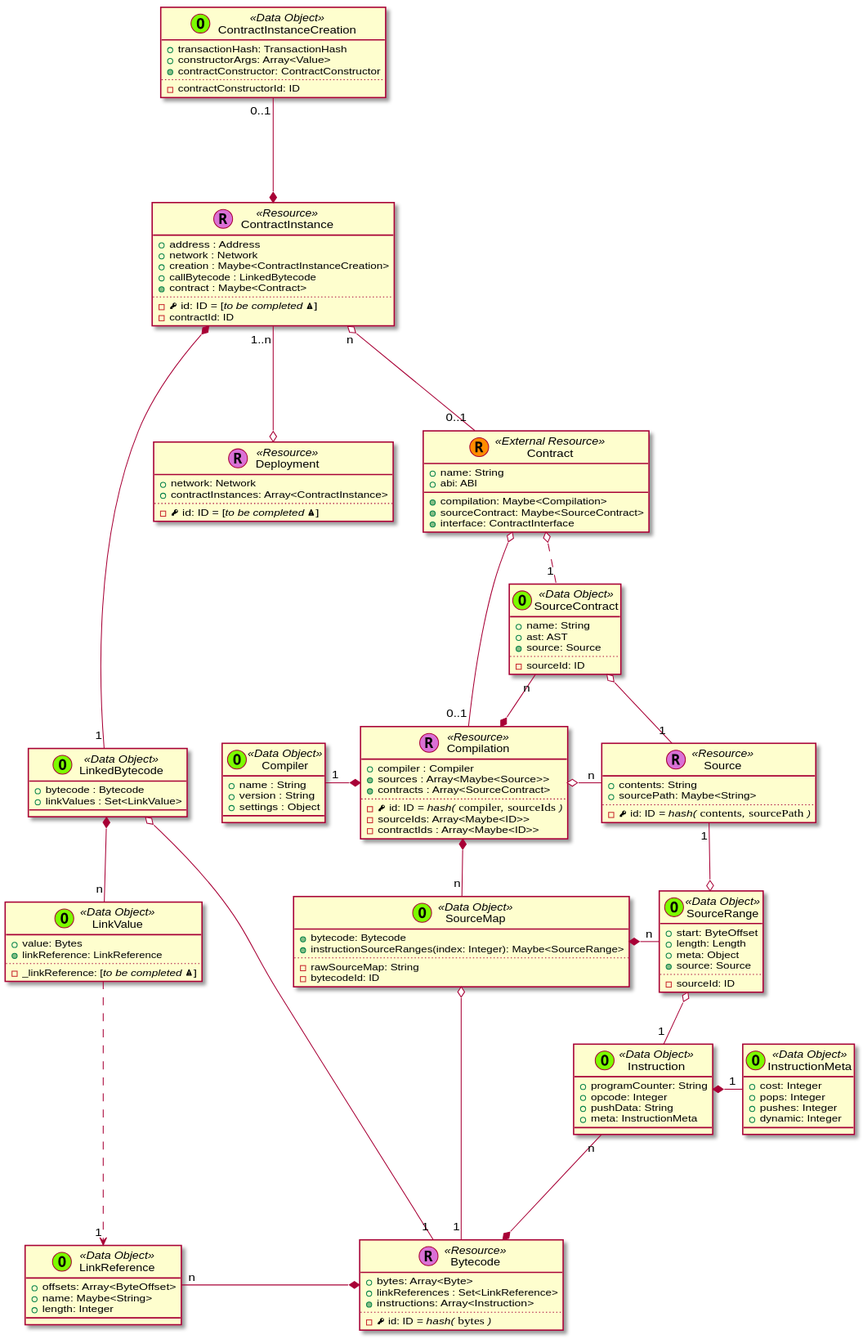
Above: contrib/trufflesuite/feat/data-model/deployment/_images/plantuml-e9147eb3f2fd48370e6ec239004ba66ea4d7f91a.svg in trufflesuite/artifact-updates (PlantUML), before the change. The source it was exported from:
```plantuml
@startuml
scale 0.75



skinparam defaultMonospacedFontName Andale Mono



    class Contract << (R,darkorange) External Resource >> {
      + name: String
      + abi: ABI
      + {method} compilation: Maybe<Compilation>
      + {method} sourceContract: Maybe<SourceContract>
      + {method} interface: ContractInterface
    }



  class Deployment << (R,orchid) Resource >> {
    + network: Network
    + contractInstances: Array<ContractInstance>
    ..
    - {field} <&key> id: ID = [//to be completed <&warning>//]
  }

  ContractInstance "1..n" ---o Deployment


  class ContractInstance << (R,orchid) Resource >> {
    + address : Address
    + network : Network
    + creation : Maybe<ContractInstanceCreation>
    + callBytecode : LinkedBytecode
    + {method} contract : Maybe<Contract>
    ..
    - {field} <&key> id: ID = [//to be completed <&warning>//]
    - contractId: ID
  }

  ContractInstanceCreation "0..1" ---* ContractInstance





    class Bytecode << (R,orchid) Resource >> {
      + bytes: Array<Byte>
      + linkReferences : Set<LinkReference>
      + {method} instructions: Array<Instruction>
      ..
      - {field} <&key> id: ID //= hash(// ""bytes"" //)//
    }

    class Instruction << (O,lawngreen) Data Object >> {
      + programCounter: String
      + opcode: Integer
      + pushData: String
      + meta: InstructionMeta
    }

    class InstructionMeta << (O,lawngreen) Data Object >> {
      + cost: Integer
      + pops: Integer
      + pushes: Integer
      + dynamic: Integer
    }

    Instruction *-right- "1" InstructionMeta
    Instruction "n" --* Bytecode

    class Source << (R,orchid) Resource >> {
      + contents: String
      + sourcePath: Maybe<String>
      ..
      - {field} <&key> id: ID //= hash(// ""contents""//,// ""sourcePath"" //)//
    }




    class Compilation << (R,orchid) Resource >> {
      + compiler : Compiler
      + {method} sources : Array<Maybe<Source>>
      + {method} contracts : Array<SourceContract>
      ..
      - {field} <&key> id: ID //= hash(// ""compiler""//,// ""sourceIds"" //)//
      - sourceIds: Array<Maybe<ID>>
      - contractIds : Array<Maybe<ID>>
    }

  SourceContract "n" --* Compilation







    class LinkedBytecode << (O,lawngreen) Data Object >> {
      + bytecode : Bytecode
      + linkValues : Set<LinkValue>
    }

  class Compiler << (O,lawngreen) Data Object >> {
    + name : String
    + version : String
    + settings : Object
  }


    class ContractInstanceCreation << (O,lawngreen) Data Object >> {
      + transactionHash: TransactionHash
      + constructorArgs: Array<Value>
      + {method} contractConstructor: ContractConstructor
      ..
      - contractConstructorId: ID
    }

    class LinkValue << (O,lawngreen) Data Object >> {
      + value: Bytes
      + {method} linkReference: LinkReference
      ..
      - _linkReference: [//to be completed <&warning>//]
    }

    class LinkReference << (O,lawngreen) Data Object >> {
      + offsets: Array<ByteOffset>
      + name: Maybe<String>
      + length: Integer
    }

    class SourceMap << (O,lawngreen) Data Object >> {
      + {method} bytecode: Bytecode
      + instructionSourceRanges(index: Integer): Maybe<SourceRange>
      ..
      - rawSourceMap: String
      - bytecodeId: ID
    }

    class SourceRange << (O,lawngreen) Data Object >> {
      + start: ByteOffset
      + length: Length
      + meta: Object
      + {method} source: Source
      ..
      - sourceId: ID
    }

    SourceMap *-right- "n" SourceRange


    class SourceContract << (O,lawngreen) Data Object >> {
      + name: String
      + ast: AST
      + {method} source: Source
      ..
      - sourceId: ID
    }





  ContractInstance "n" o--- "0..1" Contract



  Contract o-- "0..1" Compilation
  Contract o.. "1" SourceContract

  LinkedBytecode o---- "1" Bytecode

  LinkedBytecode *-- "n" LinkValue

  LinkReference "n" -* Bytecode

  LinkValue ....> "1" LinkReference


  SourceContract o-- "1" Source



  ContractInstance *-- "1" LinkedBytecode


  Compilation *-left- "1" Compiler

  Compilation o-right- "n" Source


  Compilation *-- "n" SourceMap



  SourceMap o---- "1" Bytecode
  SourceRange o-- "1" Instruction

  Source "1" --o SourceRange


@enduml
```
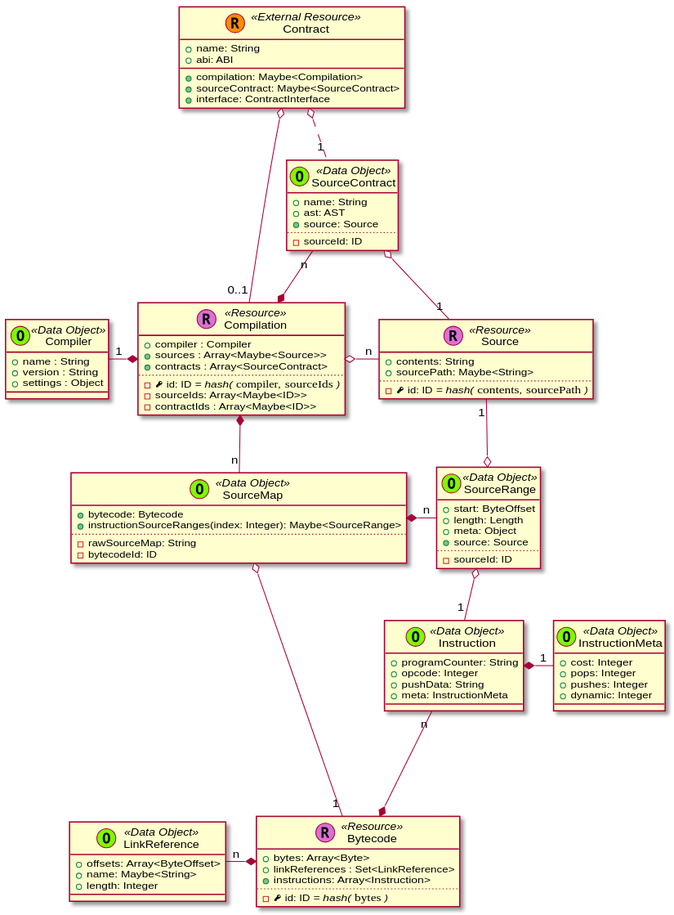
After the change.

The edit, as a diff of the source:
```diff
@@ -17,28 +17,6 @@
 
 
 
-  class Deployment << (R,orchid) Resource >> {
-    + network: Network
-    + contractInstances: Array<ContractInstance>
-    ..
-    - {field} <&key> id: ID = [//to be completed <&warning>//]
-  }
-
-  ContractInstance "1..n" ---o Deployment
-
-
-  class ContractInstance << (R,orchid) Resource >> {
-    + address : Address
-    + network : Network
-    + creation : Maybe<ContractInstanceCreation>
-    + callBytecode : LinkedBytecode
-    + {method} contract : Maybe<Contract>
-    ..
-    - {field} <&key> id: ID = [//to be completed <&warning>//]
-    - contractId: ID
-  }
-
-  ContractInstanceCreation "0..1" ---* ContractInstance
 
 
 
@@ -97,11 +75,6 @@
 
 
 
-    class LinkedBytecode << (O,lawngreen) Data Object >> {
-      + bytecode : Bytecode
-      + linkValues : Set<LinkValue>
-    }
-
   class Compiler << (O,lawngreen) Data Object >> {
     + name : String
     + version : String
@@ -109,20 +82,7 @@
   }
 
 
-    class ContractInstanceCreation << (O,lawngreen) Data Object >> {
-      + transactionHash: TransactionHash
-      + constructorArgs: Array<Value>
-      + {method} contractConstructor: ContractConstructor
-      ..
-      - contractConstructorId: ID
-    }
 
-    class LinkValue << (O,lawngreen) Data Object >> {
-      + value: Bytes
-      + {method} linkReference: LinkReference
-      ..
-      - _linkReference: [//to be completed <&warning>//]
-    }
 
     class LinkReference << (O,lawngreen) Data Object >> {
       + offsets: Array<ByteOffset>
@@ -162,27 +122,22 @@
 
 
 
-  ContractInstance "n" o--- "0..1" Contract
 
 
 
   Contract o-- "0..1" Compilation
   Contract o.. "1" SourceContract
 
-  LinkedBytecode o---- "1" Bytecode
 
-  LinkedBytecode *-- "n" LinkValue
 
   LinkReference "n" -* Bytecode
 
-  LinkValue ....> "1" LinkReference
 
 
   SourceContract o-- "1" Source
 
 
 
-  ContractInstance *-- "1" LinkedBytecode
 
 
   Compilation *-left- "1" Compiler
```
